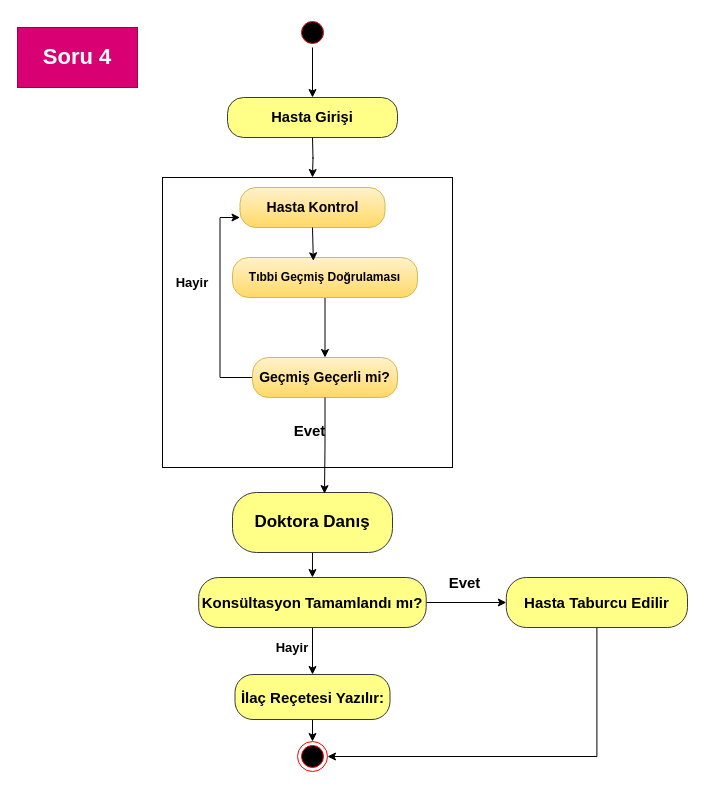
Earlier version of the draw.io diagram LapWeek7/Soru4.drawio (MOHAMMEDALMASHHOR/Yazilim_Tasarim_ve_Mimarisi). Source tidied: cells renumbered, new cells numbered last; positions are measured from the earlier drawing's top-left corner, leaving out a move shared by most shapes. Both pictures are drawn from the tidied source at 100%, with x=0, y=0 at pixel (17, 17).
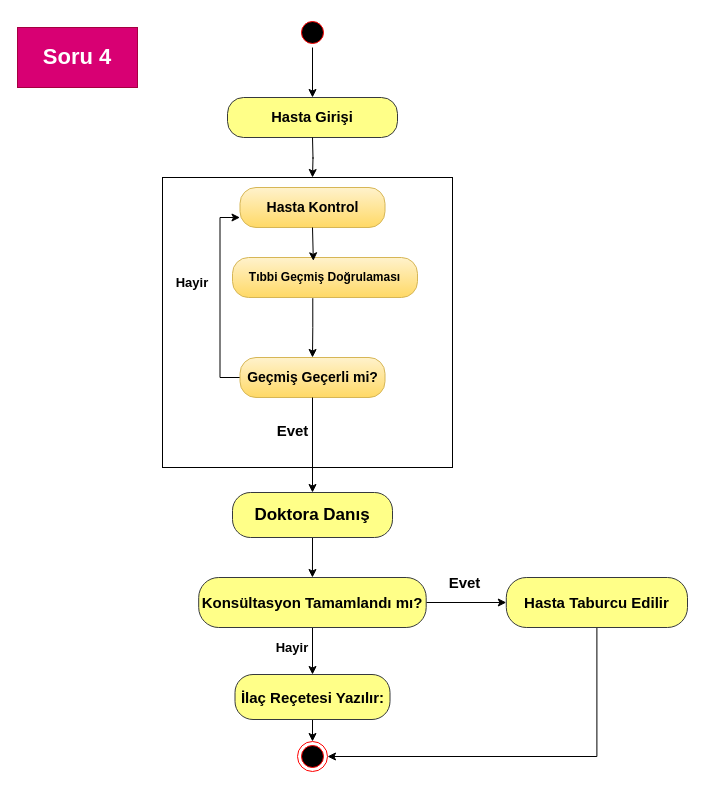
After the change.

Unchanged cells that the change refers to:
```xml
<mxCell id="16" value="&lt;b&gt;Tıbbi Geçmiş Doğrulaması&lt;/b&gt;" style="rounded=1;whiteSpace=wrap;html=1;arcSize=40;fillColor=#fff2cc;strokeColor=#d6b656;gradientColor=#ffd966;" parent="1" vertex="1">
  <mxGeometry x="215" y="240" width="185" height="40" as="geometry" />
</mxCell>
```

The edit, as a diff of the source:
```diff
@@
     <mxCell id="11" value="&lt;span style=&quot;font-size: 17px;&quot;&gt;&lt;b&gt;Doktora Danış&lt;/b&gt;&lt;/span&gt;" style="whiteSpace=wrap;html=1;fillColor=#ffff88;strokeColor=#36393d;rounded=1;arcSize=40;" parent="1" vertex="1">
-      <mxGeometry x="215" y="475" width="160" height="60" as="geometry" />
+      <mxGeometry x="215" y="475" width="160" height="45" as="geometry" />
     </mxCell>
@@
-    <mxCell id="15" style="edgeStyle=orthogonalEdgeStyle;rounded=0;jettySize=auto;html=1;exitX=0.5;exitY=1;exitDx=0;exitDy=0;entryX=0.5;entryY=0;entryDx=0;entryDy=0;" parent="1" edge="1" source="16" target="18">
+    <mxCell id="15" style="edgeStyle=orthogonalEdgeStyle;rounded=0;jettySize=auto;html=1;exitX=0.434;exitY=1.017;exitDx=0;exitDy=0;entryX=0.5;entryY=0;entryDx=0;entryDy=0;exitPerimeter=0;" parent="1" edge="1" source="16" target="18">
       <mxGeometry relative="1" as="geometry" />
     </mxCell>
@@
     <mxCell id="18" value="&lt;span style=&quot;font-size: 14px;&quot;&gt;&lt;b&gt;Geçmiş Geçerli mi?&lt;/b&gt;&lt;/span&gt;" style="rounded=1;whiteSpace=wrap;html=1;arcSize=40;fillColor=#fff2cc;strokeColor=#d6b656;gradientColor=#ffd966;" parent="1" vertex="1">
-      <mxGeometry x="235" y="340" width="145" height="40" as="geometry" />
+      <mxGeometry x="222.5" y="340" width="145" height="40" as="geometry" />
     </mxCell>
@@
-    <mxCell id="20" style="edgeStyle=orthogonalEdgeStyle;rounded=0;jettySize=auto;html=1;exitX=0.5;exitY=1;exitDx=0;exitDy=0;entryX=0.575;entryY=0.019;entryDx=0;entryDy=0;entryPerimeter=0;" parent="1" edge="1" source="18" target="11">
+    <mxCell id="20" style="edgeStyle=orthogonalEdgeStyle;rounded=0;jettySize=auto;html=1;exitX=0.5;exitY=1;exitDx=0;exitDy=0;entryX=0.5;entryY=0;entryDx=0;entryDy=0;" parent="1" edge="1" source="18" target="11">
       <mxGeometry relative="1" as="geometry" />
     </mxCell>
     <mxCell id="21" value="&lt;b style=&quot;font-size: 15px;&quot;&gt;Evet&lt;/b&gt;" style="text;html=1;align=center;verticalAlign=middle;whiteSpace=wrap;rounded=0;" parent="1" vertex="1">
-      <mxGeometry x="185" y="398" width="215" height="30" as="geometry" />
+      <mxGeometry x="167.5" y="398" width="215" height="30" as="geometry" />
     </mxCell>
```
